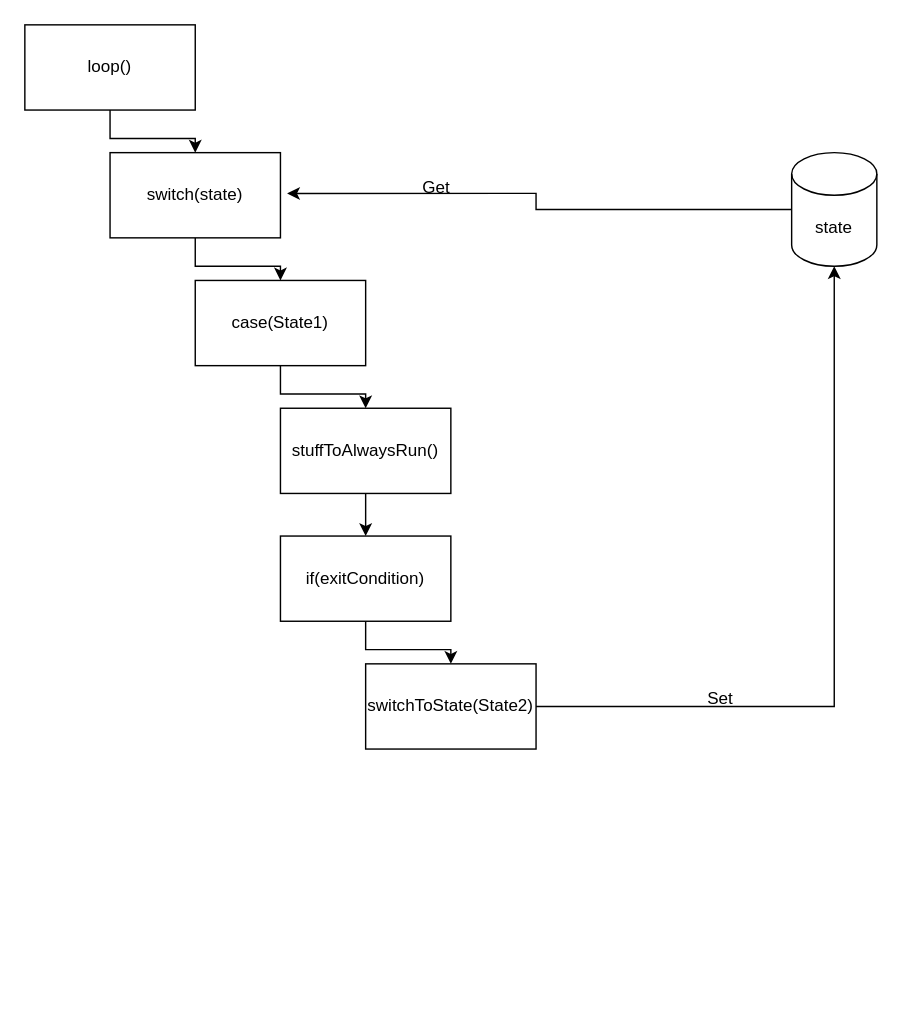
AverseABFun/drawio keeps this draw.io diagram as diagram.drawio. Above is the earlier version. Source tidied: cells renumbered, new cells numbered last; positions are measured from the earlier drawing's top-left corner, leaving out a move shared by most shapes. Both pictures are drawn from the tidied source at 142%, with x=0, y=0 at pixel (24, 24).
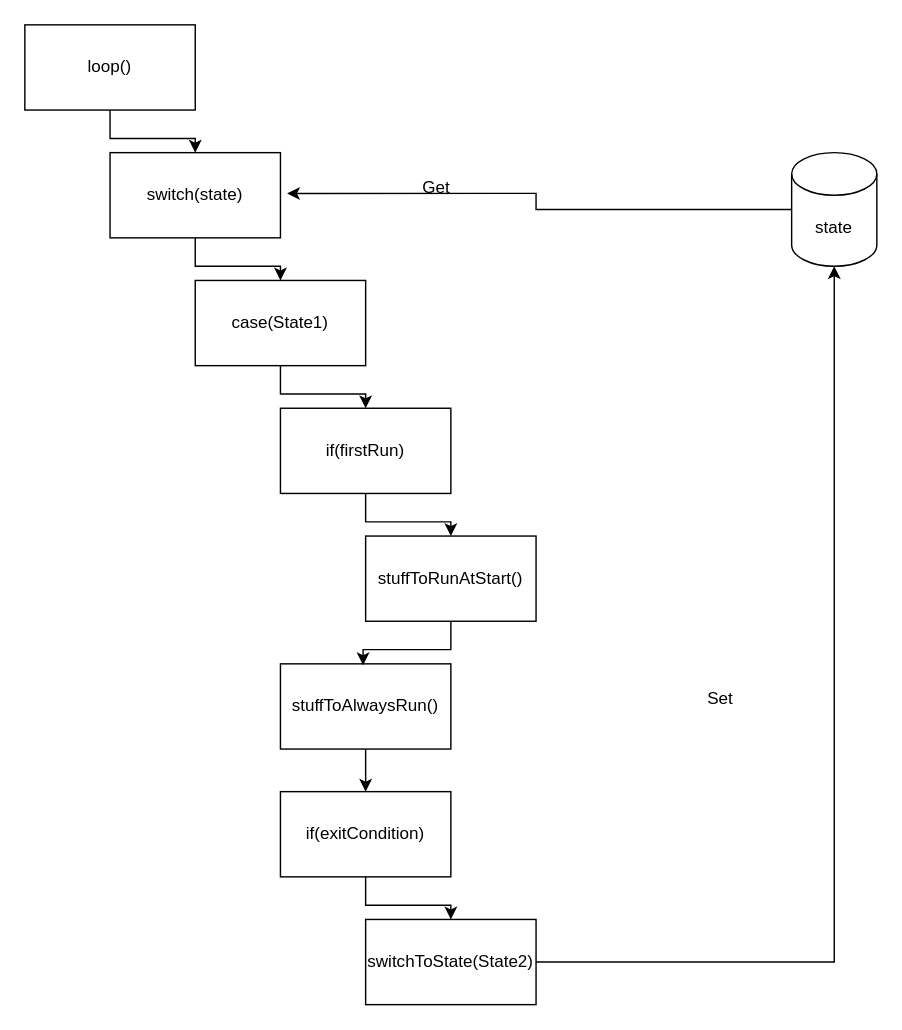
The same page after the edit.

Unchanged cells that the change refers to:
```xml
<mxCell id="7" value="case(State1)" style="rounded=0;whiteSpace=wrap;html=1;" parent="1" vertex="1">
  <mxGeometry x="120" y="180" width="120" height="60" as="geometry" />
</mxCell>
```

Diff of the diagram source:
```diff
@@
-    <mxCell id="6" style="edgeStyle=orthogonalEdgeStyle;rounded=0;jettySize=auto;html=1;entryX=0.5;entryY=0;entryDx=0;entryDy=0;" parent="1" edge="1" source="7" target="9">
-      <mxGeometry relative="1" as="geometry" />
-    </mxCell>
+    <mxCell id="20" style="edgeStyle=orthogonalEdgeStyle;rounded=0;jettySize=auto;html=1;entryX=0.5;entryY=0;entryDx=0;entryDy=0;" parent="1" edge="1" source="7" target="22">
+      <mxGeometry relative="1" as="geometry" />
+    </mxCell>
@@
     <mxCell id="9" value="stuffToAlwaysRun()" style="rounded=0;whiteSpace=wrap;html=1;" parent="1" vertex="1">
-      <mxGeometry x="180" y="270" width="120" height="60" as="geometry" />
+      <mxGeometry x="180" y="450" width="120" height="60" as="geometry" />
     </mxCell>
@@
     <mxCell id="11" value="if(exitCondition)" style="rounded=0;whiteSpace=wrap;html=1;" parent="1" vertex="1">
-      <mxGeometry x="180" y="360" width="120" height="60" as="geometry" />
+      <mxGeometry x="180" y="540" width="120" height="60" as="geometry" />
     </mxCell>
@@
     <mxCell id="14" value="switchToState(State2)" style="rounded=0;whiteSpace=wrap;html=1;" parent="1" vertex="1">
-      <mxGeometry x="240" y="450" width="120" height="60" as="geometry" />
+      <mxGeometry x="240" y="630" width="120" height="60" as="geometry" />
     </mxCell>
@@
+    <mxCell id="21" style="edgeStyle=orthogonalEdgeStyle;rounded=0;jettySize=auto;html=1;" parent="1" edge="1" source="22" target="23">
+      <mxGeometry relative="1" as="geometry" />
+    </mxCell>
+    <mxCell id="22" value="if(firstRun)" style="rounded=0;whiteSpace=wrap;html=1;" parent="1" vertex="1">
+      <mxGeometry x="180" y="270" width="120" height="60" as="geometry" />
+    </mxCell>
+    <mxCell id="23" value="stuffToRunAtStart()" style="rounded=0;whiteSpace=wrap;html=1;" parent="1" vertex="1">
+      <mxGeometry x="240" y="360" width="120" height="60" as="geometry" />
+    </mxCell>
+    <mxCell id="24" style="edgeStyle=orthogonalEdgeStyle;rounded=0;jettySize=auto;html=1;entryX=0.485;entryY=0.016;entryDx=0;entryDy=0;entryPerimeter=0;" parent="1" edge="1" source="23" target="9">
+      <mxGeometry relative="1" as="geometry" />
+    </mxCell>
```
